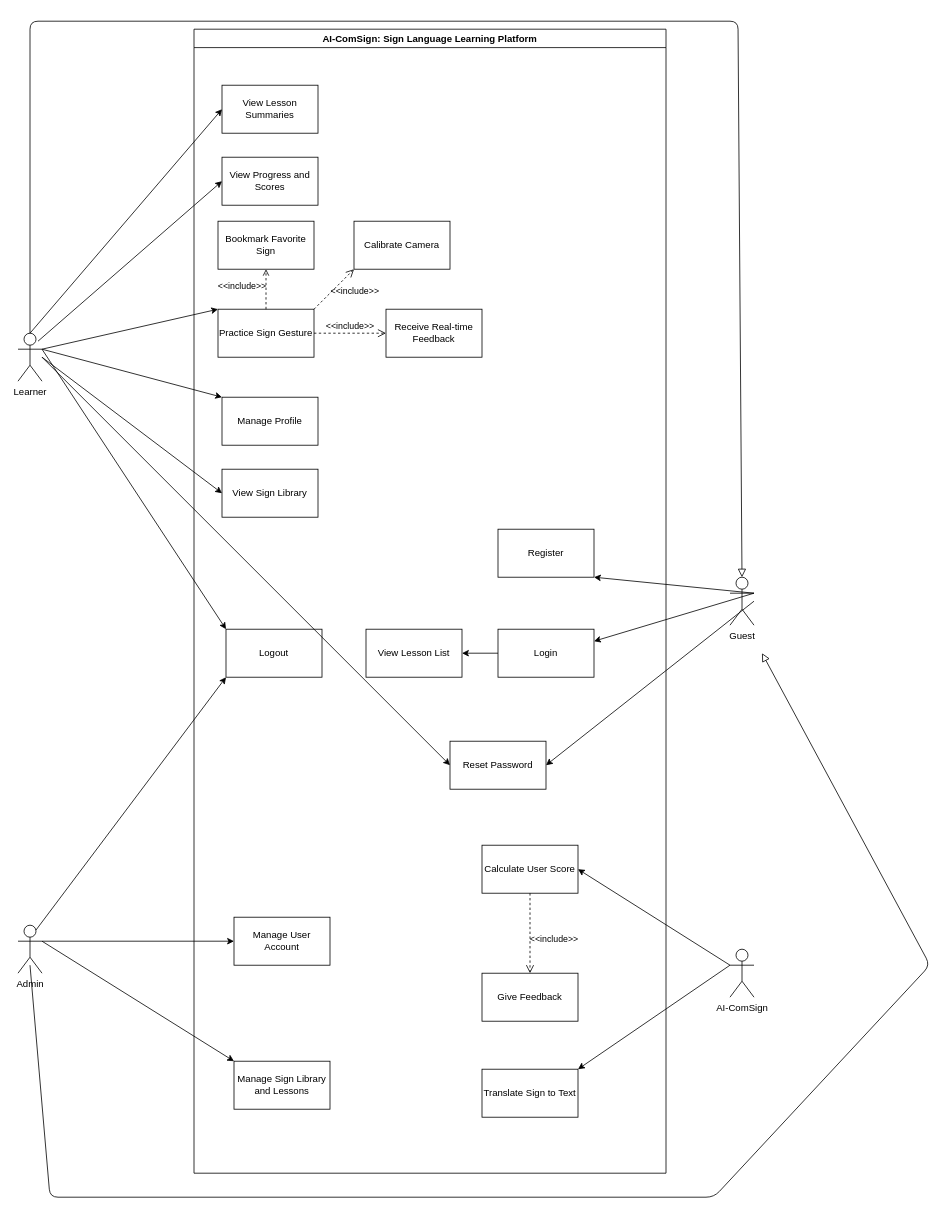
CtrlConquerors/AI-ComSign keeps this draw.io diagram as docs/UseCase.drawio. Above is the earlier version. Source tidied: cells renumbered, new cells numbered last; positions are measured from the earlier drawing's top-left corner, leaving out a move shared by most shapes. Both pictures are drawn from the tidied source at 80%, with x=0, y=0 at pixel (18, 21).
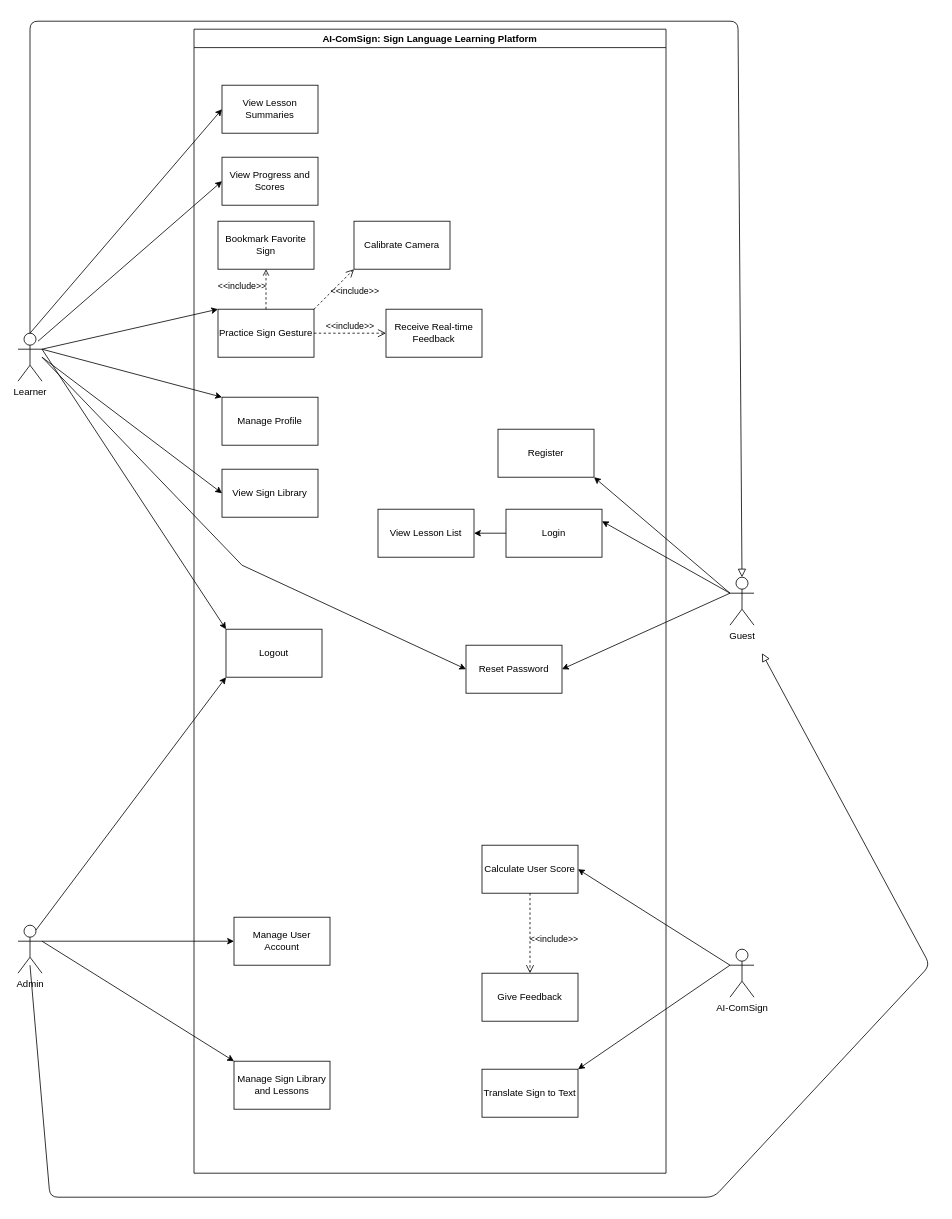
After the change.

Commit message (it also covers changes not shown here):
fix minor stuff for erd, use case

Unchanged cells that the change refers to:
```xml
<mxCell id="2" value="Learner&lt;div&gt;&lt;br&gt;&lt;div&gt;&lt;br&gt;&lt;/div&gt;&lt;/div&gt;" style="shape=umlActor;verticalLabelPosition=bottom;verticalAlign=top;html=1;outlineConnect=0;" parent="1" vertex="1">
  <mxGeometry y="390" width="30" height="60" as="geometry" />
</mxCell>
<mxCell id="5" value="AI-ComSign: Sign Language Learning Platform" style="swimlane;whiteSpace=wrap;html=1;" parent="1" vertex="1">
  <mxGeometry x="220" y="10" width="590" height="1430" as="geometry" />
</mxCell>
<mxCell id="35" value="Guest&lt;div&gt;&lt;br&gt;&lt;/div&gt;" style="shape=umlActor;verticalLabelPosition=bottom;verticalAlign=top;html=1;outlineConnect=0;" parent="1" vertex="1">
  <mxGeometry x="890" y="695" width="30" height="60" as="geometry" />
</mxCell>
```

Diff of the diagram source:
```diff
@@
     <mxCell id="6" value="Login" style="rounded=0;whiteSpace=wrap;html=1;" parent="5" vertex="1">
-      <mxGeometry x="380" y="750" width="120" height="60" as="geometry" />
+      <mxGeometry x="390" y="600" width="120" height="60" as="geometry" />
     </mxCell>
@@
     <mxCell id="22" value="View Lesson List" style="rounded=0;whiteSpace=wrap;html=1;" parent="5" vertex="1">
-      <mxGeometry x="215" y="750" width="120" height="60" as="geometry" />
+      <mxGeometry x="230" y="600" width="120" height="60" as="geometry" />
     </mxCell>
@@
     <mxCell id="24" value="Register" style="rounded=0;whiteSpace=wrap;html=1;" parent="5" vertex="1">
-      <mxGeometry x="380" y="625" width="120" height="60" as="geometry" />
+      <mxGeometry x="380" y="500" width="120" height="60" as="geometry" />
     </mxCell>
@@
     <mxCell id="26" value="Reset Password" style="rounded=0;whiteSpace=wrap;html=1;" parent="5" vertex="1">
-      <mxGeometry x="320" y="890" width="120" height="60" as="geometry" />
+      <mxGeometry x="340" y="770" width="120" height="60" as="geometry" />
     </mxCell>
@@
-    <mxCell id="39" style="endArrow=classic;html=1;rounded=0;exitX=1;exitY=0.3333333333333333;exitDx=0;exitDy=0;exitPerimeter=0;entryX=1;entryY=1;entryDx=0;entryDy=0;" parent="1" edge="1" source="35" target="24">
+    <mxCell id="39" style="endArrow=classic;html=1;rounded=0;exitX=0;exitY=0.3333333333333333;exitDx=0;exitDy=0;exitPerimeter=0;entryX=1;entryY=1;entryDx=0;entryDy=0;" parent="1" edge="1" source="35" target="24">
       <mxGeometry relative="1" as="geometry" />
     </mxCell>
-    <mxCell id="40" style="endArrow=classic;html=1;rounded=0;exitX=1;exitY=0.3333333333333333;exitDx=0;exitDy=0;entryX=1;entryY=0.25;entryDx=0;entryDy=0;exitPerimeter=0;" parent="1" edge="1" source="35" target="6">
+    <mxCell id="40" style="endArrow=classic;html=1;rounded=0;exitX=0;exitY=0.3333333333333333;exitDx=0;exitDy=0;entryX=1;entryY=0.25;entryDx=0;entryDy=0;exitPerimeter=0;" parent="1" edge="1" source="35" target="6">
       <mxGeometry relative="1" as="geometry" />
     </mxCell>
@@
-    <mxCell id="44" style="endArrow=classic;html=1;rounded=0;exitX=1;exitY=0.5;exitDx=0;exitDy=0;exitPerimeter=0;entryX=1;entryY=0.5;entryDx=0;entryDy=0;" parent="1" edge="1" source="35" target="26">
+    <mxCell id="44" style="endArrow=classic;html=1;rounded=0;exitX=0;exitY=0.3333333333333333;exitDx=0;exitDy=0;exitPerimeter=0;entryX=1;entryY=0.5;entryDx=0;entryDy=0;" parent="1" edge="1" source="35" target="26">
       <mxGeometry relative="1" as="geometry" />
     </mxCell>
     <mxCell id="45" style="endArrow=classic;html=1;rounded=0;exitX=1;exitY=0.5;exitDx=0;exitDy=0;exitPerimeter=0;entryX=0;entryY=0.5;entryDx=0;entryDy=0;" parent="1" edge="1" source="2" target="26">
-      <mxGeometry relative="1" as="geometry" />
+      <mxGeometry relative="1" as="geometry">
+        <Array as="points">
+          <mxPoint x="280" y="680" />
+        </Array>
+      </mxGeometry>
     </mxCell>
```
